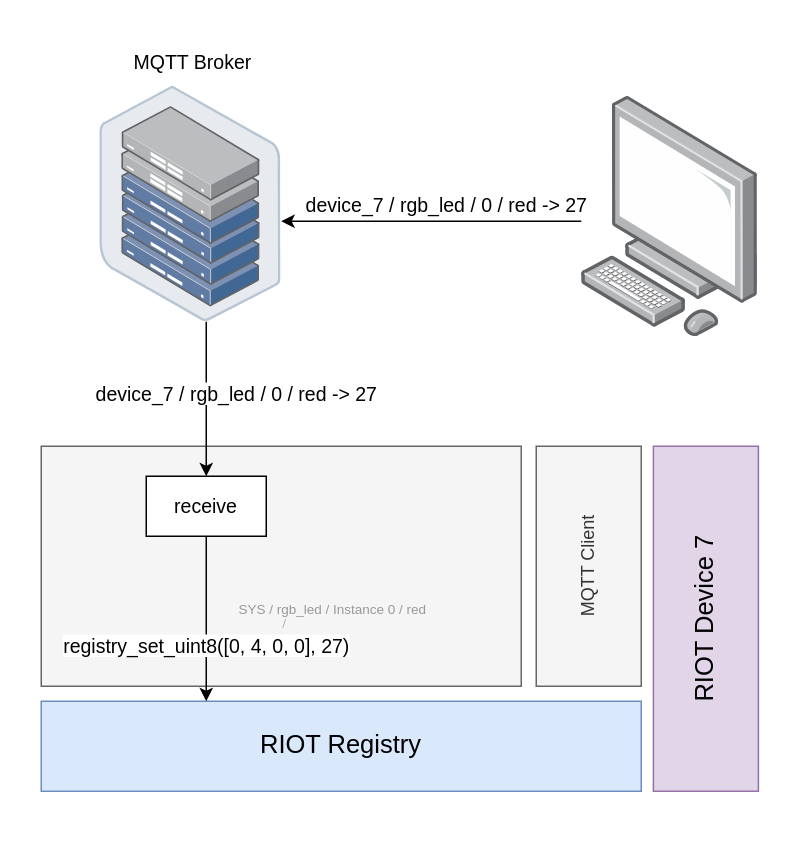
LasseRosenow/riot-runtime-config keeps this draw.io diagram as doc/drawio/flow/mqtt_integration_flow.drawio. Above is the earlier version. Source tidied: cells renumbered, new cells numbered last; positions are measured from the earlier drawing's top-left corner, leaving out a move shared by most shapes. Both pictures are drawn from the tidied source at 150%, with x=0, y=0 at pixel (-530, 26).
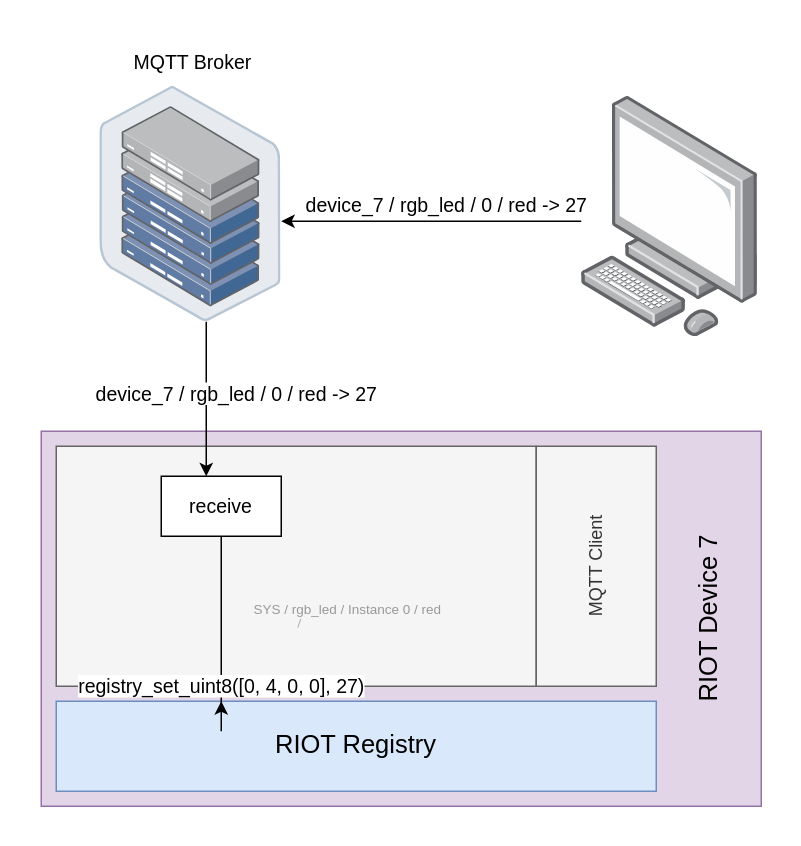
Above is the later version.

The edit, as a diff of the source:
```diff
@@
     <mxCell id="2" style="rounded=0;whiteSpace=wrap;html=1;strokeColor=none;" parent="1" vertex="1">
-      <mxGeometry x="370" width="500" height="520" as="geometry" />
+      <mxGeometry x="370" width="500" height="530" as="geometry" />
     </mxCell>
+    <mxCell id="8" value="&lt;font style=&quot;font-size: 17px&quot;&gt;RIOT Device 7&lt;/font&gt;" style="rounded=0;whiteSpace=wrap;html=1;fillColor=#e1d5e7;strokeColor=#9673a6;horizontal=0;align=center;verticalAlign=bottom;spacingBottom=22;" parent="1" vertex="1">
+      <mxGeometry x="380" y="270" width="480" height="250" as="geometry" />
+    </mxCell>
     <mxCell id="3" style="rounded=0;whiteSpace=wrap;html=1;fillColor=#f5f5f5;strokeColor=#666666;fontColor=#333333;" parent="1" vertex="1">
-      <mxGeometry x="380" y="280" width="320" height="160" as="geometry" />
+      <mxGeometry x="390" y="280" width="320" height="160" as="geometry" />
     </mxCell>
@@
     <mxCell id="6" value="&lt;font style=&quot;font-size: 17px&quot;&gt;RIOT Registry&lt;/font&gt;" style="rounded=0;whiteSpace=wrap;html=1;fillColor=#dae8fc;strokeColor=#6c8ebf;" parent="1" vertex="1">
-      <mxGeometry x="380" y="450" width="400" height="60" as="geometry" />
+      <mxGeometry x="390" y="450" width="400" height="60" as="geometry" />
     </mxCell>
-    <mxCell id="7" value="&lt;font style=&quot;font-size: 13px&quot;&gt;&lt;font style=&quot;font-size: 13px&quot;&gt;registry_set_uint8([0, 4, 0, 0], 27)&lt;br&gt;&lt;/font&gt;&lt;/font&gt;" style="edgeStyle=elbowEdgeStyle;rounded=0;html=1;" parent="1" edge="1" source="13" target="6">
+    <mxCell id="7" value="&lt;font style=&quot;font-size: 13px&quot;&gt;&lt;font style=&quot;font-size: 13px&quot;&gt;registry_set_uint8([0, 4, 0, 0], 27)&lt;br&gt;&lt;/font&gt;&lt;/font&gt;" style="edgeStyle=elbowEdgeStyle;rounded=0;html=1;" parent="1" edge="1" source="13">
       <mxGeometry x="0.33" relative="1" as="geometry">
+        <mxPoint x="500" y="450" as="targetPoint" />
         <Array as="points">
-          <mxPoint x="490" y="470" />
-          <mxPoint x="540" y="420" />
+          <mxPoint x="500" y="470" />
+          <mxPoint x="550" y="420" />
         </Array>
       </mxGeometry>
     </mxCell>
-    <mxCell id="8" value="&lt;font style=&quot;font-size: 17px&quot;&gt;RIOT Device 7&lt;/font&gt;" style="rounded=0;whiteSpace=wrap;html=1;fillColor=#e1d5e7;strokeColor=#9673a6;horizontal=0;" parent="1" vertex="1">
-      <mxGeometry x="788.1" y="280" width="70" height="230" as="geometry" />
-    </mxCell>
     <mxCell id="9" style="group;" parent="1" vertex="1">
-      <mxGeometry x="510" y="374" width="170" height="30" as="geometry" />
+      <mxGeometry x="520" y="374" width="170" height="30" as="geometry" />
     </mxCell>
@@
     <mxCell id="12" value="MQTT Client" style="rounded=0;whiteSpace=wrap;html=1;fillColor=#f5f5f5;strokeColor=#666666;fontColor=#333333;horizontal=0;" parent="1" vertex="1">
-      <mxGeometry x="710" y="280" width="70" height="160" as="geometry" />
+      <mxGeometry x="710" y="280" width="80" height="160" as="geometry" />
     </mxCell>
     <mxCell id="13" value="&lt;font color=&quot;#000000&quot; style=&quot;font-size: 13px&quot;&gt;receive&lt;/font&gt;" style="rounded=0;whiteSpace=wrap;html=1;labelBackgroundColor=none;fontSize=17;" parent="1" vertex="1">
-      <mxGeometry x="450" y="300" width="80" height="40" as="geometry" />
+      <mxGeometry x="460" y="300" width="80" height="40" as="geometry" />
     </mxCell>
```
